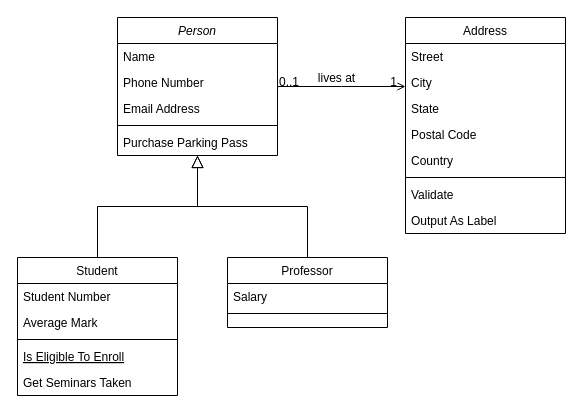
LUCCASDMZ/Gerenciamento-de-Vendas-e-estoque- keeps this draw.io diagram as Diagrama sem nome.drawio. Above is the earlier version. Source tidied: cells renumbered, new cells numbered last; positions are measured from the earlier drawing's top-left corner, leaving out a move shared by most shapes. Both pictures are drawn from the tidied source at 100%, with x=0, y=0 at pixel (17, 17).
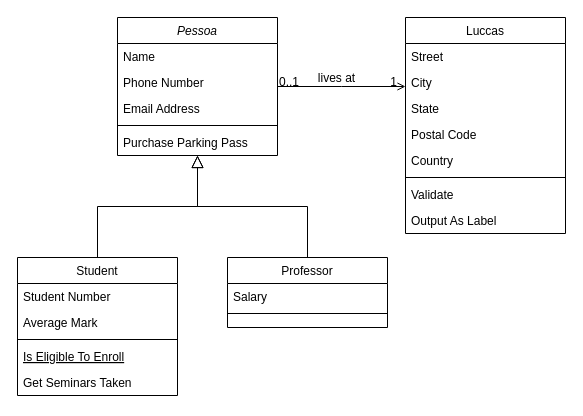
The same diagram, later.

What changed in the source:
```diff
@@
-    <mxCell id="2" value="Person" style="swimlane;fontStyle=2;align=center;verticalAlign=top;horizontal=1;startSize=26;rounded=0;shadow=0;strokeWidth=1;" parent="1" vertex="1">
+    <mxCell id="2" value="Pessoa" style="swimlane;fontStyle=2;align=center;verticalAlign=top;horizontal=1;startSize=26;rounded=0;shadow=0;strokeWidth=1;" parent="1" vertex="1">
       <mxGeometry x="100" width="160" height="138" as="geometry" />
     </mxCell>
@@
-    <mxCell id="19" value="Address" style="swimlane;fontStyle=0;align=center;verticalAlign=top;horizontal=1;startSize=26;rounded=0;shadow=0;strokeWidth=1;" parent="1" vertex="1">
+    <mxCell id="19" value="Luccas&#10;&#10;" style="swimlane;fontStyle=0;align=center;verticalAlign=top;horizontal=1;startSize=26;rounded=0;shadow=0;strokeWidth=1;" parent="1" vertex="1">
       <mxGeometry x="388" width="160" height="216" as="geometry" />
     </mxCell>
```
